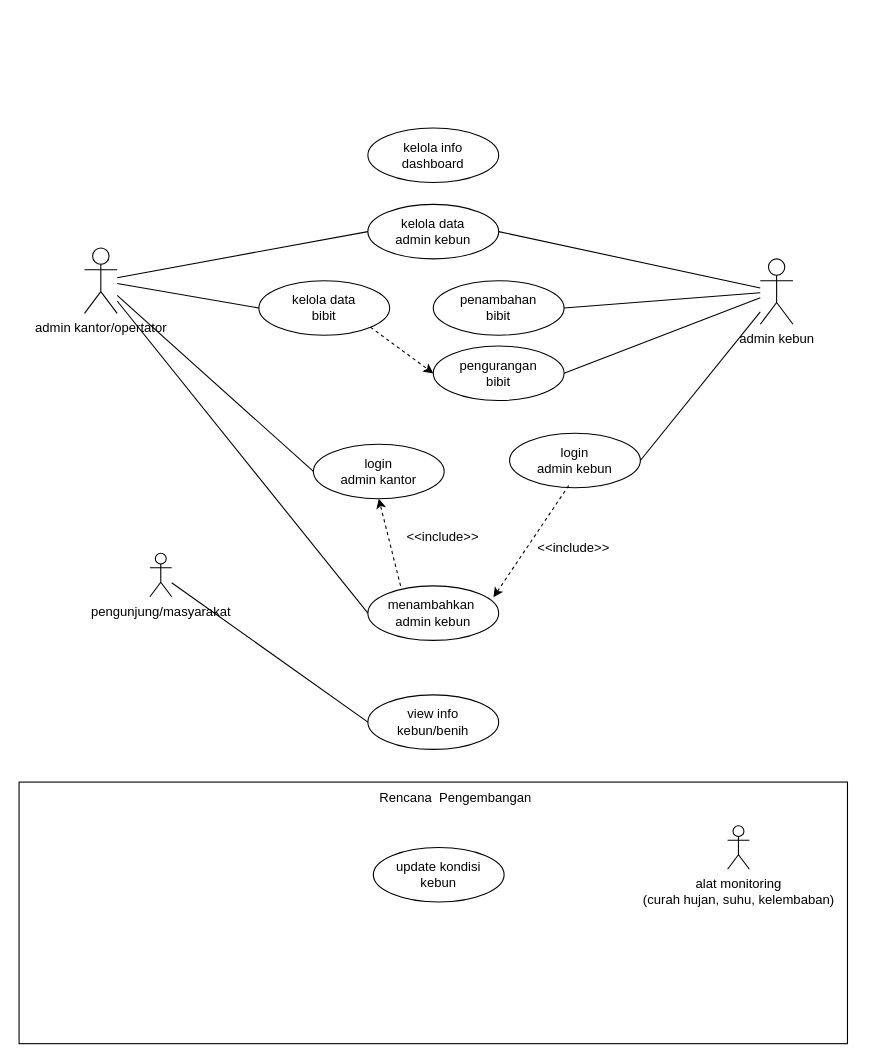
eenattayani/desain keeps this draw.io diagram as b. SI Perkakas Pinter Use Case Diagram.drawio. Above is the earlier version. Source tidied: cells renumbered, new cells numbered last; positions are measured from the earlier drawing's top-left corner, leaving out a move shared by most shapes. Both pictures are drawn from the tidied source at 109%, with x=0, y=0 at pixel (19, 128).
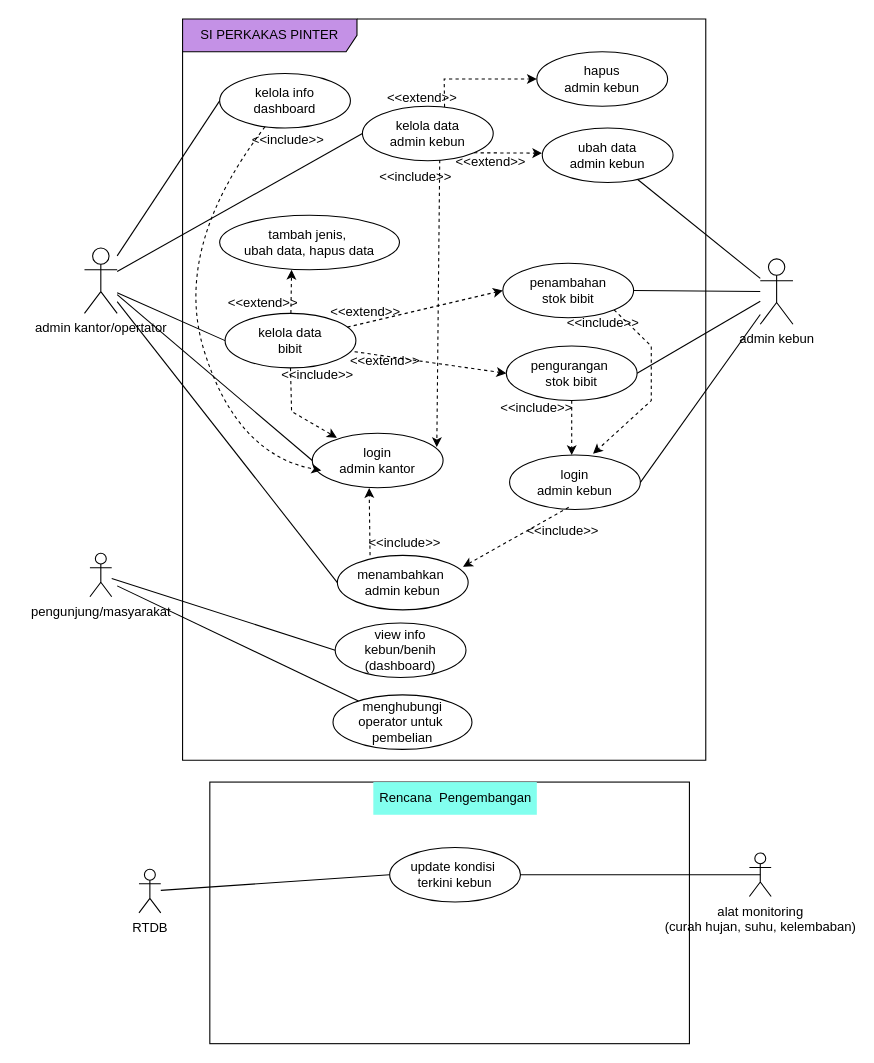
The same diagram, later.

The change refers to these unchanged cells:
```xml
<mxCell id="3" value="admin kantor/opertator" style="shape=umlActor;verticalLabelPosition=bottom;verticalAlign=top;html=1;outlineConnect=0;" parent="1" vertex="1">
  <mxGeometry x="60" y="110" width="30" height="60" as="geometry" />
</mxCell>
<mxCell id="4" value="admin kebun" style="shape=umlActor;verticalLabelPosition=bottom;verticalAlign=top;html=1;outlineConnect=0;" parent="1" vertex="1">
  <mxGeometry x="680" y="120" width="30" height="60" as="geometry" />
</mxCell>
```

Diff of the diagram source:
```diff
@@
     <mxCell id="2" style="rounded=0;whiteSpace=wrap;html=1;" parent="1" vertex="1">
-      <mxGeometry y="600" width="760" height="240" as="geometry" />
+      <mxGeometry x="175" y="600" width="440" height="240" as="geometry" />
     </mxCell>
@@
-    <mxCell id="5" value="Rencana&amp;nbsp; Pengembangan" style="text;strokeColor=none;fillColor=none;align=left;verticalAlign=middle;spacingLeft=4;spacingRight=4;overflow=hidden;whiteSpace=wrap;html=1;" parent="1" vertex="1">
+    <mxCell id="5" value="Rencana&amp;nbsp; Pengembangan" style="text;strokeColor=none;fillColor=#82FFEE;align=left;verticalAlign=middle;spacingLeft=4;spacingRight=4;overflow=hidden;whiteSpace=wrap;html=1;" parent="1" vertex="1">
       <mxGeometry x="325" y="600" width="150" height="30" as="geometry" />
     </mxCell>
     <mxCell id="6" value="alat monitoring&lt;div&gt;(curah hujan, suhu, kelembaban)&lt;/div&gt;" style="shape=umlActor;verticalLabelPosition=bottom;verticalAlign=top;html=1;outlineConnect=0;" parent="1" vertex="1">
-      <mxGeometry x="650" y="640" width="20" height="40" as="geometry" />
+      <mxGeometry x="670" y="665" width="20" height="40" as="geometry" />
     </mxCell>
     <mxCell id="7" value="menambahkan&amp;nbsp;&lt;div&gt;admin kebun&lt;/div&gt;" style="ellipse;whiteSpace=wrap;html=1;" parent="1" vertex="1">
-      <mxGeometry x="320" y="420" width="120" height="50" as="geometry" />
+      <mxGeometry x="292" y="392" width="120" height="50" as="geometry" />
     </mxCell>
     <mxCell id="8" value="kelola data&lt;div&gt;admin kebun&lt;/div&gt;" style="ellipse;whiteSpace=wrap;html=1;" parent="1" vertex="1">
-      <mxGeometry x="320" y="70" width="120" height="50" as="geometry" />
+      <mxGeometry x="315" y="-20" width="120" height="50" as="geometry" />
     </mxCell>
     <mxCell id="9" value="pengunjung/masyarakat" style="shape=umlActor;verticalLabelPosition=bottom;verticalAlign=top;html=1;outlineConnect=0;" parent="1" vertex="1">
-      <mxGeometry x="120" y="390" width="20" height="40" as="geometry" />
+      <mxGeometry x="65" y="390" width="20" height="40" as="geometry" />
     </mxCell>
     <mxCell id="10" value="login&lt;div&gt;admin kebun&lt;/div&gt;" style="ellipse;whiteSpace=wrap;html=1;" parent="1" vertex="1">
-      <mxGeometry x="450" y="280" width="120" height="50" as="geometry" />
+      <mxGeometry x="450" y="300" width="120" height="50" as="geometry" />
     </mxCell>
@@
     <mxCell id="14" value="&amp;lt;&amp;lt;include&amp;gt;&amp;gt;" style="text;strokeColor=none;fillColor=none;align=left;verticalAlign=middle;spacingLeft=4;spacingRight=4;overflow=hidden;whiteSpace=wrap;html=1;" parent="1" vertex="1">
-      <mxGeometry x="470" y="370" width="80" height="30" as="geometry" />
+      <mxGeometry x="460" y="355" width="80" height="30" as="geometry" />
     </mxCell>
-    <mxCell id="15" style="endArrow=none;html=1;rounded=0;entryX=1;entryY=0.5;entryDx=0;entryDy=0;strokeColor=default;curved=0;startArrow=none;startFill=0;endFill=0;" parent="1" edge="1" source="4" target="8">
+    <mxCell id="15" style="endArrow=none;html=1;rounded=0;strokeColor=default;curved=0;startArrow=none;startFill=0;endFill=0;" parent="1" edge="1" source="4" target="46">
       <mxGeometry relative="1" as="geometry" />
     </mxCell>
     <mxCell id="16" value="kelola info&lt;div&gt;dashboard&lt;/div&gt;" style="ellipse;whiteSpace=wrap;html=1;" parent="1" vertex="1">
-      <mxGeometry x="320" width="120" height="50" as="geometry" />
+      <mxGeometry x="184" y="-50" width="120" height="50" as="geometry" />
     </mxCell>
@@
     <mxCell id="18" value="kelola data&lt;div&gt;bibit&lt;/div&gt;" style="ellipse;whiteSpace=wrap;html=1;" parent="1" vertex="1">
-      <mxGeometry x="220" y="140" width="120" height="50" as="geometry" />
+      <mxGeometry x="189" y="170" width="120" height="50" as="geometry" />
     </mxCell>
     <mxCell id="19" value="login&lt;div&gt;admin kantor&lt;/div&gt;" style="ellipse;whiteSpace=wrap;html=1;" parent="1" vertex="1">
-      <mxGeometry x="270" y="290" width="120" height="50" as="geometry" />
+      <mxGeometry x="269" y="280" width="120" height="50" as="geometry" />
     </mxCell>
     <mxCell id="20" value="&amp;lt;&amp;lt;include&amp;gt;&amp;gt;" style="text;strokeColor=none;fillColor=none;align=left;verticalAlign=middle;spacingLeft=4;spacingRight=4;overflow=hidden;whiteSpace=wrap;html=1;" parent="1" vertex="1">
-      <mxGeometry x="350" y="360" width="80" height="30" as="geometry" />
+      <mxGeometry x="315" y="366" width="80" height="30" as="geometry" />
     </mxCell>
-    <mxCell id="21" style="endArrow=classic;html=1;rounded=0;entryX=0.5;entryY=1;entryDx=0;entryDy=0;dashed=1;exitX=0.25;exitY=0;exitDx=0;exitDy=0;exitPerimeter=0;" parent="1" edge="1" source="7" target="19">
+    <mxCell id="21" style="endArrow=classic;html=1;rounded=0;entryX=0.435;entryY=1.006;entryDx=0;entryDy=0;dashed=1;exitX=0.25;exitY=0;exitDx=0;exitDy=0;exitPerimeter=0;entryPerimeter=0;" parent="1" edge="1" source="7" target="19">
       <mxGeometry relative="1" as="geometry" />
     </mxCell>
@@
-    <mxCell id="23" style="endArrow=none;html=1;rounded=0;exitX=0;exitY=0.5;exitDx=0;exitDy=0;" parent="1" edge="1" source="18" target="3">
-      <mxGeometry relative="1" as="geometry" />
+    <mxCell id="23" style="endArrow=none;html=1;rounded=0;exitX=0;exitY=0.5;exitDx=0;exitDy=0;" parent="1" edge="1" source="18">
+      <mxGeometry relative="1" as="geometry">
+        <mxPoint x="90" y="151" as="targetPoint" />
+      </mxGeometry>
     </mxCell>
-    <mxCell id="24" value="penambahan&lt;div&gt;bibit&lt;/div&gt;" style="ellipse;whiteSpace=wrap;html=1;" parent="1" vertex="1">
-      <mxGeometry x="380" y="140" width="120" height="50" as="geometry" />
+    <mxCell id="24" value="penambahan&lt;div&gt;stok&amp;nbsp;&lt;span style=&quot;background-color: initial;&quot;&gt;bibit&lt;/span&gt;&lt;/div&gt;" style="ellipse;whiteSpace=wrap;html=1;" parent="1" vertex="1">
+      <mxGeometry x="443.8" y="124" width="120" height="50" as="geometry" />
     </mxCell>
-    <mxCell id="25" value="pengurangan&lt;div&gt;bibit&lt;/div&gt;" style="ellipse;whiteSpace=wrap;html=1;" parent="1" vertex="1">
-      <mxGeometry x="380" y="200" width="120" height="50" as="geometry" />
+    <mxCell id="25" value="pengurangan&amp;nbsp;&lt;div&gt;stok&amp;nbsp;&lt;span style=&quot;background-color: initial;&quot;&gt;bibit&lt;/span&gt;&lt;/div&gt;" style="ellipse;whiteSpace=wrap;html=1;" parent="1" vertex="1">
+      <mxGeometry x="447" y="200" width="120" height="50" as="geometry" />
     </mxCell>
-    <mxCell id="26" value="update kondisi&lt;div&gt;kebun&lt;/div&gt;" style="ellipse;whiteSpace=wrap;html=1;" parent="1" vertex="1">
-      <mxGeometry x="325" y="660" width="120" height="50" as="geometry" />
+    <mxCell id="26" value="update kondisi&amp;nbsp;&lt;div&gt;terkini kebun&lt;/div&gt;" style="ellipse;whiteSpace=wrap;html=1;" parent="1" vertex="1">
+      <mxGeometry x="340" y="660" width="120" height="50" as="geometry" />
     </mxCell>
-    <mxCell id="27" value="view info&lt;div&gt;kebun/benih&lt;/div&gt;" style="ellipse;whiteSpace=wrap;html=1;" parent="1" vertex="1">
-      <mxGeometry x="320" y="520" width="120" height="50" as="geometry" />
+    <mxCell id="27" value="view info&lt;div&gt;kebun/benih&lt;/div&gt;&lt;div&gt;(dashboard)&lt;/div&gt;" style="ellipse;whiteSpace=wrap;html=1;" parent="1" vertex="1">
+      <mxGeometry x="290" y="454" width="120" height="50" as="geometry" />
     </mxCell>
@@
-    <mxCell id="31" style="endArrow=classic;html=1;rounded=0;entryX=0;entryY=0.5;entryDx=0;entryDy=0;dashed=1;exitX=1;exitY=1;exitDx=0;exitDy=0;" parent="1" edge="1" source="18" target="25">
+    <mxCell id="31" style="endArrow=classic;html=1;rounded=0;entryX=0;entryY=0.5;entryDx=0;entryDy=0;dashed=1;exitX=0.99;exitY=0.703;exitDx=0;exitDy=0;exitPerimeter=0;" parent="1" edge="1" source="18" target="25">
       <mxGeometry relative="1" as="geometry" />
     </mxCell>
+    <mxCell id="32" style="endArrow=classic;html=1;rounded=0;entryX=0;entryY=0.5;entryDx=0;entryDy=0;dashed=1;" parent="1" edge="1" source="18" target="24">
+      <mxGeometry relative="1" as="geometry" />
+    </mxCell>
+    <mxCell id="33" value="&amp;lt;&amp;lt;extend&amp;gt;&amp;gt;" style="text;strokeColor=none;fillColor=none;align=left;verticalAlign=middle;spacingLeft=4;spacingRight=4;overflow=hidden;whiteSpace=wrap;html=1;" parent="1" vertex="1">
+      <mxGeometry x="280" y="154" width="80" height="30" as="geometry" />
+    </mxCell>
+    <mxCell id="34" value="&amp;lt;&amp;lt;extend&amp;gt;&amp;gt;" style="text;strokeColor=none;fillColor=none;align=left;verticalAlign=middle;spacingLeft=4;spacingRight=4;overflow=hidden;whiteSpace=wrap;html=1;" parent="1" vertex="1">
+      <mxGeometry x="298" y="199" width="80" height="30" as="geometry" />
+    </mxCell>
+    <mxCell id="35" style="endArrow=none;html=1;rounded=0;entryX=0.5;entryY=0.5;entryDx=0;entryDy=0;entryPerimeter=0;exitX=1;exitY=0.5;exitDx=0;exitDy=0;" parent="1" edge="1" source="26" target="6">
+      <mxGeometry relative="1" as="geometry" />
+    </mxCell>
+    <mxCell id="36" style="endArrow=none;html=1;rounded=0;entryX=0;entryY=0.5;entryDx=0;entryDy=0;" parent="1" edge="1" source="3" target="16">
+      <mxGeometry relative="1" as="geometry" />
+    </mxCell>
+    <mxCell id="37" style="endArrow=classic;html=1;rounded=0;entryX=0.638;entryY=-0.023;entryDx=0;entryDy=0;dashed=1;exitX=1;exitY=1;exitDx=0;exitDy=0;entryPerimeter=0;" parent="1" edge="1" source="24" target="10">
+      <mxGeometry relative="1" as="geometry">
+        <Array as="points">
+          <mxPoint x="580" y="200" />
+          <mxPoint x="580" y="250" />
+        </Array>
+      </mxGeometry>
+    </mxCell>
+    <mxCell id="38" style="endArrow=classic;html=1;rounded=0;dashed=1;exitX=0.5;exitY=1;exitDx=0;exitDy=0;" parent="1" edge="1" source="25">
+      <mxGeometry relative="1" as="geometry">
+        <mxPoint x="507" y="300" as="targetPoint" />
+      </mxGeometry>
+    </mxCell>
+    <mxCell id="39" value="&amp;lt;&amp;lt;include&amp;gt;&amp;gt;" style="text;strokeColor=none;fillColor=none;align=left;verticalAlign=middle;spacingLeft=4;spacingRight=4;overflow=hidden;whiteSpace=wrap;html=1;" parent="1" vertex="1">
+      <mxGeometry x="497" y="164" width="80" height="30" as="geometry" />
+    </mxCell>
+    <mxCell id="40" value="&amp;lt;&amp;lt;include&amp;gt;&amp;gt;" style="text;strokeColor=none;fillColor=none;align=left;verticalAlign=middle;spacingLeft=4;spacingRight=4;overflow=hidden;whiteSpace=wrap;html=1;" parent="1" vertex="1">
+      <mxGeometry x="436" y="242" width="80" height="30" as="geometry" />
+    </mxCell>
+    <mxCell id="41" value="SI PERKAKAS PINTER" style="shape=umlFrame;whiteSpace=wrap;html=1;fillColor=#C491E6;width=160;height=30;" parent="1" vertex="1">
+      <mxGeometry x="150" y="-100" width="480" height="680" as="geometry" />
+    </mxCell>
+    <mxCell id="42" value="menghubungi&lt;div&gt;operator untuk&amp;nbsp;&lt;/div&gt;&lt;div&gt;pembelian&lt;/div&gt;" style="ellipse;whiteSpace=wrap;html=1;" parent="1" vertex="1">
+      <mxGeometry x="288" y="520" width="127.5" height="50" as="geometry" />
+    </mxCell>
+    <mxCell id="43" style="endArrow=none;html=1;rounded=0;" parent="1" edge="1" target="42">
+      <mxGeometry relative="1" as="geometry">
+        <mxPoint x="90" y="420" as="sourcePoint" />
+      </mxGeometry>
+    </mxCell>
+    <mxCell id="44" value="tambah jenis,&amp;nbsp;&lt;div&gt;ubah data,&amp;nbsp;&lt;span style=&quot;background-color: initial;&quot;&gt;hapus data&lt;/span&gt;&lt;/div&gt;" style="ellipse;whiteSpace=wrap;html=1;" parent="1" vertex="1">
+      <mxGeometry x="184" y="80" width="165" height="50" as="geometry" />
+    </mxCell>
+    <mxCell id="45" style="endArrow=classic;html=1;rounded=0;entryX=0.4;entryY=1;entryDx=0;entryDy=0;entryPerimeter=0;dashed=1;" parent="1" edge="1" source="18" target="44">
+      <mxGeometry relative="1" as="geometry" />
+    </mxCell>
+    <mxCell id="46" value="ubah data&lt;div&gt;admin kebun&lt;/div&gt;" style="ellipse;whiteSpace=wrap;html=1;" parent="1" vertex="1">
+      <mxGeometry x="480" width="120" height="50" as="geometry" />
+    </mxCell>
+    <mxCell id="47" style="endArrow=classic;html=1;rounded=0;entryX=-0.001;entryY=0.46;entryDx=0;entryDy=0;dashed=1;exitX=1;exitY=1;exitDx=0;exitDy=0;entryPerimeter=0;" parent="1" edge="1" source="8" target="46">
+      <mxGeometry relative="1" as="geometry" />
+    </mxCell>
+    <mxCell id="48" value="hapus&lt;div&gt;admin kebun&lt;/div&gt;" style="ellipse;whiteSpace=wrap;html=1;" parent="1" vertex="1">
+      <mxGeometry x="475" y="-70" width="120" height="50" as="geometry" />
+    </mxCell>
+    <mxCell id="49" style="endArrow=classic;html=1;rounded=0;entryX=0;entryY=0.5;entryDx=0;entryDy=0;dashed=1;exitX=0.628;exitY=0.012;exitDx=0;exitDy=0;exitPerimeter=0;" parent="1" edge="1" source="8" target="48">
+      <mxGeometry relative="1" as="geometry">
+        <Array as="points">
+          <mxPoint x="390" y="-45" />
+        </Array>
+      </mxGeometry>
+    </mxCell>
+    <mxCell id="50" value="&amp;lt;&amp;lt;extend&amp;gt;&amp;gt;" style="text;strokeColor=none;fillColor=none;align=left;verticalAlign=middle;spacingLeft=4;spacingRight=4;overflow=hidden;whiteSpace=wrap;html=1;" parent="1" vertex="1">
+      <mxGeometry x="395" y="16" width="80" height="30" as="geometry" />
+    </mxCell>
+    <mxCell id="51" value="&amp;lt;&amp;lt;extend&amp;gt;&amp;gt;" style="text;strokeColor=none;fillColor=none;align=left;verticalAlign=middle;spacingLeft=4;spacingRight=4;overflow=hidden;whiteSpace=wrap;html=1;" parent="1" vertex="1">
+      <mxGeometry x="332" y="-42" width="80" height="30" as="geometry" />
+    </mxCell>
+    <mxCell id="52" style="curved=1;endArrow=classic;html=1;rounded=0;entryX=0.069;entryY=0.682;entryDx=0;entryDy=0;entryPerimeter=0;dashed=1;" parent="1" edge="1" source="16" target="19">
+      <mxGeometry relative="1" as="geometry">
+        <Array as="points">
+          <mxPoint x="140" y="110" />
+          <mxPoint x="200" y="300" />
+        </Array>
+      </mxGeometry>
+    </mxCell>
+    <mxCell id="53" value="&amp;lt;&amp;lt;include&amp;gt;&amp;gt;" style="text;strokeColor=none;fillColor=none;align=left;verticalAlign=middle;spacingLeft=4;spacingRight=4;overflow=hidden;whiteSpace=wrap;html=1;" parent="1" vertex="1">
+      <mxGeometry x="208" y="-4" width="80" height="30" as="geometry" />
+    </mxCell>
+    <mxCell id="54" style="endArrow=classic;html=1;rounded=0;entryX=0.952;entryY=0.254;entryDx=0;entryDy=0;exitX=0.591;exitY=0.985;exitDx=0;exitDy=0;exitPerimeter=0;dashed=1;entryPerimeter=0;" parent="1" edge="1" source="8" target="19">
+      <mxGeometry relative="1" as="geometry" />
+    </mxCell>
+    <mxCell id="55" value="&amp;lt;&amp;lt;include&amp;gt;&amp;gt;" style="text;strokeColor=none;fillColor=none;align=left;verticalAlign=middle;spacingLeft=4;spacingRight=4;overflow=hidden;whiteSpace=wrap;html=1;" parent="1" vertex="1">
+      <mxGeometry x="325" y="30" width="80" height="30" as="geometry" />
+    </mxCell>
+    <mxCell id="56" value="&amp;lt;&amp;lt;extend&amp;gt;&amp;gt;" style="text;strokeColor=none;fillColor=none;align=left;verticalAlign=middle;spacingLeft=4;spacingRight=4;overflow=hidden;whiteSpace=wrap;html=1;" parent="1" vertex="1">
+      <mxGeometry x="186" y="146" width="80" height="30" as="geometry" />
+    </mxCell>
+    <mxCell id="57" style="endArrow=classic;html=1;rounded=0;entryX=0.188;entryY=0.082;entryDx=0;entryDy=0;entryPerimeter=0;dashed=1;exitX=0.5;exitY=1;exitDx=0;exitDy=0;" parent="1" edge="1" source="18" target="19">
+      <mxGeometry relative="1" as="geometry">
+        <Array as="points">
+          <mxPoint x="250" y="260" />
+        </Array>
+      </mxGeometry>
+    </mxCell>
+    <mxCell id="58" value="&amp;lt;&amp;lt;include&amp;gt;&amp;gt;" style="text;strokeColor=none;fillColor=none;align=left;verticalAlign=middle;spacingLeft=4;spacingRight=4;overflow=hidden;whiteSpace=wrap;html=1;" parent="1" vertex="1">
+      <mxGeometry x="235" y="212" width="80" height="30" as="geometry" />
+    </mxCell>
+    <mxCell id="59" value="RTDB" style="shape=umlActor;verticalLabelPosition=bottom;verticalAlign=top;html=1;outlineConnect=0;" parent="1" vertex="1">
+      <mxGeometry x="110" y="680" width="20" height="40" as="geometry" />
+    </mxCell>
+    <mxCell id="60" style="endArrow=none;html=1;rounded=0;entryX=0;entryY=0.5;entryDx=0;entryDy=0;" parent="1" edge="1" source="59" target="26">
+      <mxGeometry relative="1" as="geometry" />
+    </mxCell>
```
